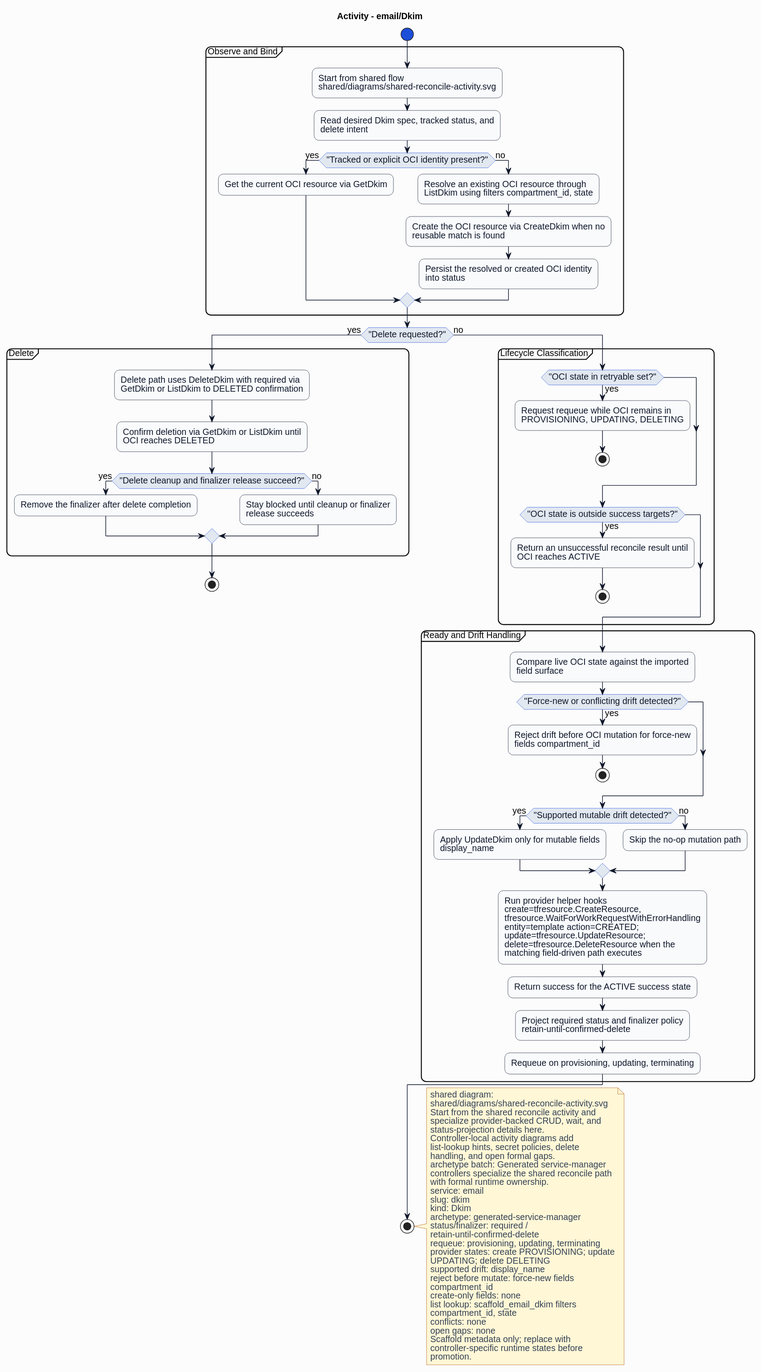
This is formal/controllers/email/dkim/diagrams/activity.svg from HaoyL666/oci-service-operator, a PlantUML export, as it was before one commit.
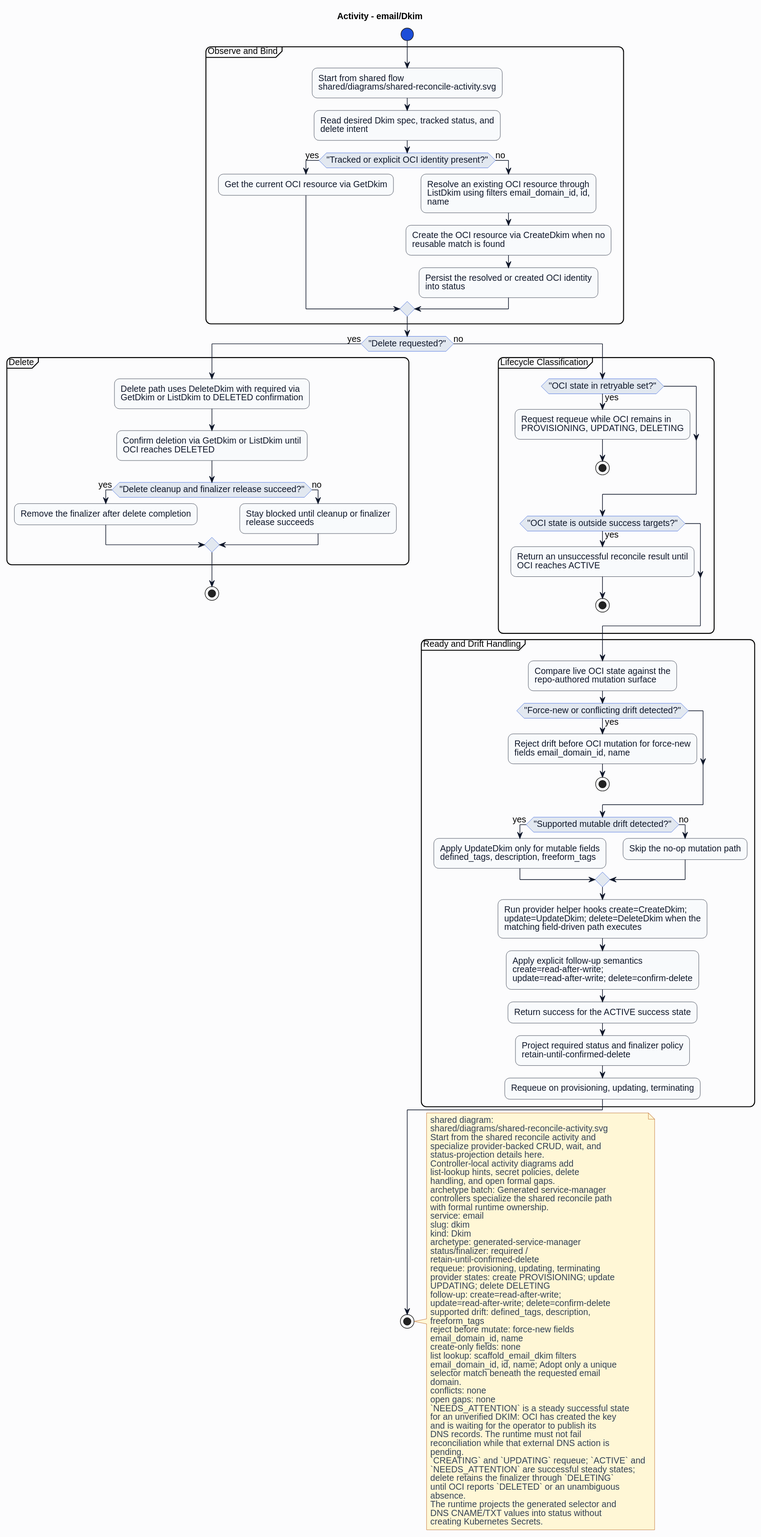
Later version of the same file.

The edit, as a diff of the source:
```diff
@@ -27,7 +27,7 @@
 if ("Tracked or explicit OCI identity present?") then (yes)
 :Get the current OCI resource via GetDkim;
 else (no)
-:Resolve an existing OCI resource through\nListDkim using filters compartment_id, state;
+:Resolve an existing OCI resource through\nListDkim using filters email_domain_id, id,\nname;
 :Create the OCI resource via CreateDkim when no\nreusable match is found;
 :Persist the resolved or created OCI identity\ninto status;
 endif
@@ -55,17 +55,18 @@
 endif
 }
 partition "Ready and Drift Handling" {
-:Compare live OCI state against the imported\nfield surface;
+:Compare live OCI state against the\nrepo-authored mutation surface;
 if ("Force-new or conflicting drift detected?") then (yes)
-:Reject drift before OCI mutation for force-new\nfields compartment_id;
+:Reject drift before OCI mutation for force-new\nfields email_domain_id, name;
 stop
 endif
 if ("Supported mutable drift detected?") then (yes)
-:Apply UpdateDkim only for mutable fields\ndisplay_name;
+:Apply UpdateDkim only for mutable fields\ndefined_tags, description, freeform_tags;
 else (no)
 :Skip the no-op mutation path;
 endif
-:Run provider helper hooks\ncreate=tfresource.CreateResource,\ntfresource.WaitForWorkRequestWithErrorHandling\nentity=template action=CREATED;\nupdate=tfresource.UpdateResource;\ndelete=tfresource.DeleteResource when the\nmatching field-driven path executes;
+:Run provider helper hooks create=CreateDkim;\nupdate=UpdateDkim; delete=DeleteDkim when the\nmatching field-driven path executes;
+:Apply explicit follow-up semantics\ncreate=read-after-write;\nupdate=read-after-write; delete=confirm-delete;
 :Return success for the ACTIVE success state;
 :Project required status and finalizer policy\nretain-until-confirmed-delete;
 :Requeue on provisioning, updating, terminating;
@@ -93,16 +94,32 @@
 requeue: provisioning, updating, terminating
 provider states: create PROVISIONING; update
 UPDATING; delete DELETING
-supported drift: display_name
+follow-up: create=read-after-write;
+update=read-after-write; delete=confirm-delete
+supported drift: defined_tags, description,
+freeform_tags
 reject before mutate: force-new fields
-compartment_id
+email_domain_id, name
 create-only fields: none
 list lookup: scaffold_email_dkim filters
-compartment_id, state
+email_domain_id, id, name; Adopt only a unique
+selector match beneath the requested email
+domain.
 conflicts: none
 open gaps: none
-Scaffold metadata only; replace with
-controller-specific runtime states before
-promotion.
+`NEEDS_ATTENTION` is a steady successful state
+for an unverified DKIM: OCI has created the key
+and is waiting for the operator to publish its
+DNS records. The runtime must not fail
+reconciliation while that external DNS action is
+pending.
+`CREATING` and `UPDATING` requeue; `ACTIVE` and
+`NEEDS_ATTENTION` are successful steady states;
+delete retains the finalizer through `DELETING`
+until OCI reports `DELETED` or an unambiguous
+absence.
+The runtime projects the generated selector and
+DNS CNAME/TXT values into status without
+creating Kubernetes Secrets.
 end note
 @enduml
```
